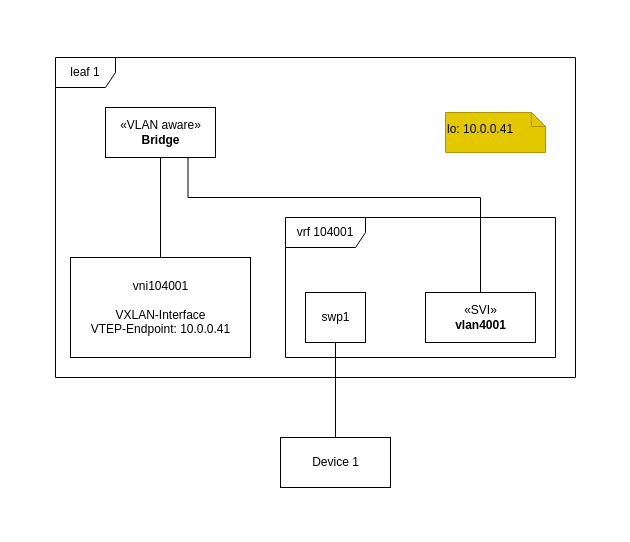
This is docs/docs/05-Concepts/03-Network/evpn-vtep.drawio from metal-stack/website, a draw.io file, before an edit. Source tidied: cells renumbered, new cells numbered last; positions are measured from the earlier drawing's top-left corner, leaving out a move shared by most shapes. Both pictures are drawn from the tidied source at 100%, with x=0, y=0 at pixel (55, 57).
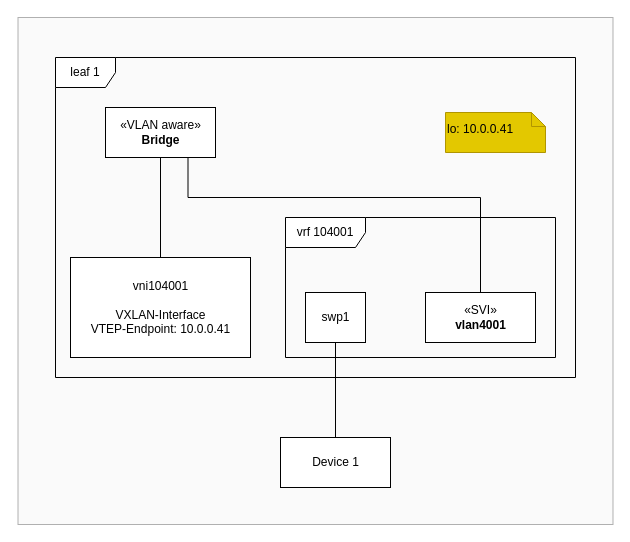
The same page after the edit.

Change to the diagram source:
```diff
@@
 <mxGraphModel>
   <root>
     <mxCell id="0" />
     <mxCell id="1" parent="0" />
+    <mxCell id="13" style="rounded=0;whiteSpace=wrap;html=1;sketch=0;fontSize=20;fontColor=#333333;fillColor=#f5f5f5;opacity=50;strokeColor=#666666;" parent="1" vertex="1">
+      <mxGeometry x="-37.5" y="-40" width="595" height="507" as="geometry" />
+    </mxCell>
     <mxCell id="2" value="leaf 1" style="shape=umlFrame;whiteSpace=wrap;html=1;fontColor=#000000;" parent="1" vertex="1">
       <mxGeometry width="520" height="320" as="geometry" />
     </mxCell>
     <mxCell id="3" style="edgeStyle=orthogonalEdgeStyle;rounded=0;jettySize=auto;html=1;exitX=0.75;exitY=1;exitDx=0;exitDy=0;entryX=0.5;entryY=0;entryDx=0;entryDy=0;fontColor=#000000;endArrow=none;endFill=0;" parent="1" edge="1" source="5" target="9">
       <mxGeometry relative="1" as="geometry">
         <Array as="points">
           <mxPoint x="133" y="140" />
           <mxPoint x="425" y="140" />
         </Array>
       </mxGeometry>
     </mxCell>
     <mxCell id="4" style="edgeStyle=orthogonalEdgeStyle;rounded=0;jettySize=auto;html=1;fontColor=#000000;entryX=0.5;entryY=0;entryDx=0;entryDy=0;endArrow=none;endFill=0;" parent="1" edge="1" source="5" target="11">
       <mxGeometry relative="1" as="geometry" />
     </mxCell>
     <mxCell id="5" value="«VLAN aware»&lt;br&gt;&lt;b&gt;Bridge&lt;/b&gt;" style="html=1;fontColor=#000000;" parent="1" vertex="1">
       <mxGeometry x="50" y="50" width="110" height="50" as="geometry" />
     </mxCell>
     <mxCell id="6" value="lo: 10.0.0.41" style="shape=note;whiteSpace=wrap;html=1;size=14;verticalAlign=middle;align=left;spacingTop=-6;fillColor=#e3c800;strokeColor=#B09500;fontColor=#000000;" parent="1" vertex="1">
       <mxGeometry x="390" y="55" width="100" height="40" as="geometry" />
     </mxCell>
     <mxCell id="7" value="vrf 104001" style="shape=umlFrame;whiteSpace=wrap;html=1;fontColor=#000000;align=center;width=80;height=30;" parent="1" vertex="1">
       <mxGeometry x="230" y="160" width="270" height="140" as="geometry" />
     </mxCell>
     <mxCell id="8" style="edgeStyle=orthogonalEdgeStyle;rounded=0;jettySize=auto;html=1;exitX=0.5;exitY=1;exitDx=0;exitDy=0;entryX=0.5;entryY=0;entryDx=0;entryDy=0;fontColor=#000000;endArrow=none;endFill=0;" parent="1" edge="1" source="10" target="12">
       <mxGeometry relative="1" as="geometry" />
     </mxCell>
     <mxCell id="9" value="«SVI»&lt;br&gt;&lt;b&gt;vlan4001&lt;/b&gt;" style="html=1;fontColor=#000000;" parent="1" vertex="1">
       <mxGeometry x="370" y="235" width="110" height="50" as="geometry" />
     </mxCell>
     <mxCell id="10" value="swp1" style="html=1;fontColor=#000000;align=center;" parent="1" vertex="1">
       <mxGeometry x="250" y="235" width="60" height="50" as="geometry" />
     </mxCell>
     <mxCell id="11" value="&lt;font&gt;vni104001&lt;br&gt;&lt;br&gt;VXLAN-Interface&lt;br&gt;VTEP-Endpoint: 10.0.0.41&lt;br&gt;&lt;/font&gt;" style="html=1;fontColor=#000000;align=center;labelPosition=center;verticalLabelPosition=middle;verticalAlign=middle;" parent="1" vertex="1">
       <mxGeometry x="15" y="200" width="180" height="100" as="geometry" />
     </mxCell>
     <mxCell id="12" value="Device 1" style="html=1;fontColor=#000000;align=center;" parent="1" vertex="1">
       <mxGeometry x="225" y="380" width="110" height="50" as="geometry" />
     </mxCell>
   </root>
 </mxGraphModel>
```
